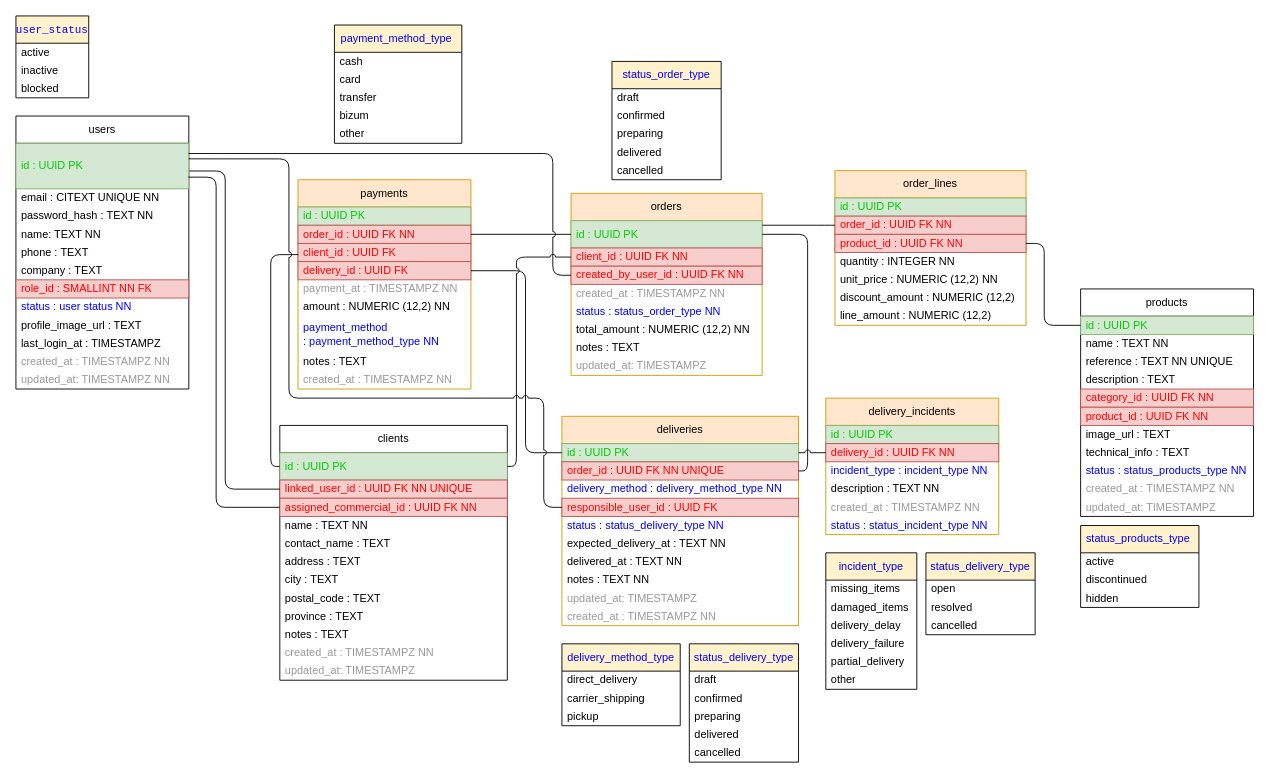
Above: docs/docs/figures/UML/MCD/M4_BD.drawio in MadaoSurmanito/app-tfg (draw.io), before the change. Source tidied: cells renumbered, new cells numbered last; positions are measured from the earlier drawing's top-left corner, leaving out a move shared by most shapes. Both pictures are drawn from the tidied source at 91%, with x=0, y=0 at pixel (15, -12).
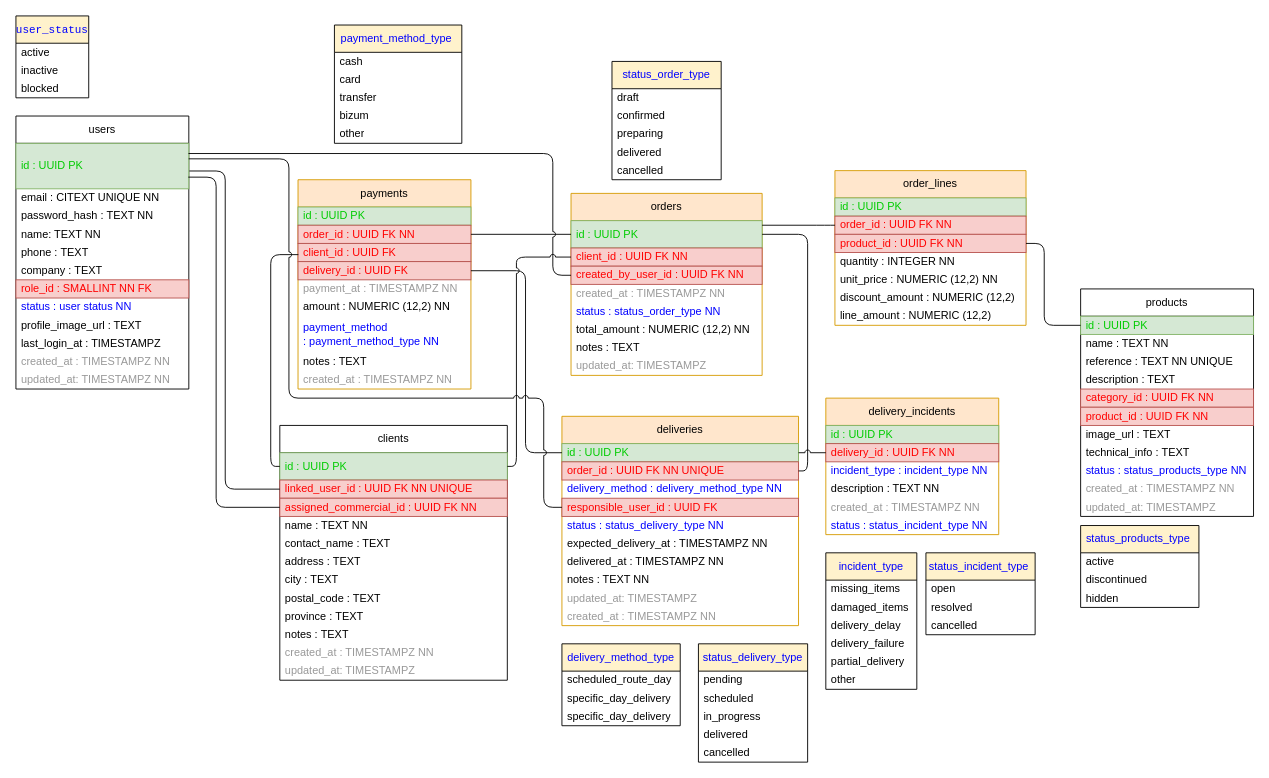
The same page after the edit.

Unchanged cells that the change refers to:
```xml
<mxCell id="64" value="deliveries" style="swimlane;fontStyle=0;horizontal=1;startSize=30;whiteSpace=wrap;html=1;fillColor=#ffe6cc;strokeColor=#d79b00;" parent="1" vertex="1">
  <mxGeometry x="600" y="470" width="260" height="230" as="geometry" />
</mxCell>
```

What changed in the source:
```diff
@@
-    <mxCell id="70" value="expected_delivery_at : TEXT NN" style="text;strokeColor=none;fillColor=none;align=left;verticalAlign=middle;spacingLeft=4;spacingRight=4;overflow=hidden;whiteSpace=wrap;html=1;" parent="64" vertex="1">
+    <mxCell id="70" value="expected_delivery_at : TIMESTAMPZ NN" style="text;strokeColor=none;fillColor=none;align=left;verticalAlign=middle;spacingLeft=4;spacingRight=4;overflow=hidden;whiteSpace=wrap;html=1;" parent="64" vertex="1">
       <mxGeometry y="130" width="260" height="20" as="geometry" />
     </mxCell>
-    <mxCell id="71" value="delivered_at : TEXT NN" style="text;strokeColor=none;fillColor=none;align=left;verticalAlign=middle;spacingLeft=4;spacingRight=4;overflow=hidden;whiteSpace=wrap;html=1;" parent="64" vertex="1">
+    <mxCell id="71" value="delivered_at : TIMESTAMPZ NN" style="text;strokeColor=none;fillColor=none;align=left;verticalAlign=middle;spacingLeft=4;spacingRight=4;overflow=hidden;whiteSpace=wrap;html=1;" parent="64" vertex="1">
       <mxGeometry y="150" width="260" height="20" as="geometry" />
     </mxCell>
@@
-    <mxCell id="108" value="&lt;span style=&quot;color: rgb(0, 0, 255); text-align: left;&quot;&gt;delivery_method_type&lt;/span&gt;" style="swimlane;fontStyle=0;horizontal=1;startSize=30;whiteSpace=wrap;html=1;fillColor=#fff2cc;" parent="1" vertex="1">
-      <mxGeometry x="600" y="720" width="130" height="90" as="geometry" />
-    </mxCell>
-    <mxCell id="109" value="direct_delivery" style="text;strokeColor=none;fillColor=none;align=left;verticalAlign=middle;spacingLeft=4;overflow=hidden;whiteSpace=wrap;html=1;" parent="108" vertex="1">
-      <mxGeometry y="30" width="130" height="20" as="geometry" />
-    </mxCell>
-    <mxCell id="110" value="carrier_shipping" style="text;strokeColor=none;fillColor=none;align=left;verticalAlign=middle;spacingLeft=4;overflow=hidden;whiteSpace=wrap;html=1;" parent="108" vertex="1">
-      <mxGeometry y="50" width="130" height="20" as="geometry" />
-    </mxCell>
-    <mxCell id="111" value="pickup" style="text;strokeColor=none;fillColor=none;align=left;verticalAlign=middle;spacingLeft=4;overflow=hidden;whiteSpace=wrap;html=1;" parent="108" vertex="1">
-      <mxGeometry y="70" width="130" height="20" as="geometry" />
-    </mxCell>
-    <mxCell id="112" value="&lt;span style=&quot;text-align: left;&quot;&gt;&lt;font style=&quot;color: rgb(0, 0, 255);&quot;&gt;status_delivery_type&lt;/font&gt;&lt;/span&gt;" style="swimlane;fontStyle=0;horizontal=1;startSize=30;whiteSpace=wrap;html=1;fillColor=#fff2cc;" parent="1" vertex="1">
-      <mxGeometry x="740" y="720" width="120" height="130" as="geometry" />
-    </mxCell>
-    <mxCell id="113" value="draft" style="text;strokeColor=none;fillColor=none;align=left;verticalAlign=middle;spacingLeft=4;overflow=hidden;whiteSpace=wrap;html=1;" parent="112" vertex="1">
-      <mxGeometry y="30" width="120" height="20" as="geometry" />
-    </mxCell>
-    <mxCell id="114" value="&lt;span style=&quot;color: rgb(0, 0, 0);&quot;&gt;confirmed&lt;/span&gt;" style="text;strokeColor=none;fillColor=none;align=left;verticalAlign=middle;spacingLeft=4;overflow=hidden;whiteSpace=wrap;html=1;" parent="112" vertex="1">
-      <mxGeometry y="50" width="120" height="20" as="geometry" />
-    </mxCell>
-    <mxCell id="115" value="&lt;span style=&quot;color: rgb(0, 0, 0);&quot;&gt;preparing&lt;/span&gt;" style="text;strokeColor=none;fillColor=none;align=left;verticalAlign=middle;spacingLeft=4;overflow=hidden;whiteSpace=wrap;html=1;" parent="112" vertex="1">
-      <mxGeometry y="70" width="120" height="20" as="geometry" />
-    </mxCell>
-    <mxCell id="116" value="delivered" style="text;strokeColor=none;fillColor=none;align=left;verticalAlign=middle;spacingLeft=4;overflow=hidden;whiteSpace=wrap;html=1;" parent="112" vertex="1">
-      <mxGeometry y="90" width="120" height="20" as="geometry" />
-    </mxCell>
-    <mxCell id="117" value="cancelled" style="text;strokeColor=none;fillColor=none;align=left;verticalAlign=middle;spacingLeft=4;overflow=hidden;whiteSpace=wrap;html=1;" parent="112" vertex="1">
-      <mxGeometry y="110" width="120" height="20" as="geometry" />
-    </mxCell>
@@
-    <mxCell id="125" value="&lt;span style=&quot;text-align: left;&quot;&gt;&lt;font style=&quot;color: rgb(0, 0, 255);&quot;&gt;status_delivery_type&lt;/font&gt;&lt;/span&gt;" style="swimlane;fontStyle=0;horizontal=1;startSize=30;whiteSpace=wrap;html=1;fillColor=#fff2cc;" parent="1" vertex="1">
+    <mxCell id="125" value="&lt;span style=&quot;color: rgb(0, 0, 255); text-align: left;&quot;&gt;status_incident_type&amp;nbsp;&lt;/span&gt;" style="swimlane;fontStyle=0;horizontal=1;startSize=30;whiteSpace=wrap;html=1;fillColor=#fff2cc;" parent="1" vertex="1">
       <mxGeometry x="1000" y="620" width="120" height="90" as="geometry" />
     </mxCell>
@@
+    <mxCell id="112" value="&lt;span style=&quot;text-align: left;&quot;&gt;&lt;font style=&quot;color: rgb(0, 0, 255);&quot;&gt;status_delivery_type&lt;/font&gt;&lt;/span&gt;" style="swimlane;fontStyle=0;horizontal=1;startSize=30;whiteSpace=wrap;html=1;fillColor=#fff2cc;" parent="1" vertex="1">
+      <mxGeometry x="750" y="720" width="120" height="130" as="geometry" />
+    </mxCell>
+    <mxCell id="139" value="pending" style="text;strokeColor=none;fillColor=none;align=left;verticalAlign=middle;spacingLeft=4;overflow=hidden;whiteSpace=wrap;html=1;" parent="112" vertex="1">
+      <mxGeometry y="30" width="120" height="20" as="geometry" />
+    </mxCell>
+    <mxCell id="140" value="scheduled" style="text;strokeColor=none;fillColor=none;align=left;verticalAlign=middle;spacingLeft=4;overflow=hidden;whiteSpace=wrap;html=1;" parent="112" vertex="1">
+      <mxGeometry y="50" width="120" height="20" as="geometry" />
+    </mxCell>
+    <mxCell id="141" value="in_progress" style="text;strokeColor=none;fillColor=none;align=left;verticalAlign=middle;spacingLeft=4;overflow=hidden;whiteSpace=wrap;html=1;" parent="112" vertex="1">
+      <mxGeometry y="70" width="120" height="20" as="geometry" />
+    </mxCell>
+    <mxCell id="116" value="delivered" style="text;strokeColor=none;fillColor=none;align=left;verticalAlign=middle;spacingLeft=4;overflow=hidden;whiteSpace=wrap;html=1;" parent="112" vertex="1">
+      <mxGeometry y="90" width="120" height="20" as="geometry" />
+    </mxCell>
+    <mxCell id="117" value="cancelled" style="text;strokeColor=none;fillColor=none;align=left;verticalAlign=middle;spacingLeft=4;overflow=hidden;whiteSpace=wrap;html=1;" parent="112" vertex="1">
+      <mxGeometry y="110" width="120" height="20" as="geometry" />
+    </mxCell>
+    <mxCell id="108" value="&lt;span style=&quot;color: rgb(0, 0, 255); text-align: left;&quot;&gt;delivery_method_type&lt;/span&gt;" style="swimlane;fontStyle=0;horizontal=1;startSize=30;whiteSpace=wrap;html=1;fillColor=#fff2cc;" parent="1" vertex="1">
+      <mxGeometry x="600" y="720" width="130" height="90" as="geometry" />
+    </mxCell>
+    <mxCell id="142" value="scheduled_route_day" style="text;strokeColor=none;fillColor=none;align=left;verticalAlign=middle;spacingLeft=4;overflow=hidden;whiteSpace=wrap;html=1;" parent="108" vertex="1">
+      <mxGeometry y="30" width="130" height="20" as="geometry" />
+    </mxCell>
+    <mxCell id="143" value="specific_day_delivery" style="text;strokeColor=none;fillColor=none;align=left;verticalAlign=middle;spacingLeft=4;overflow=hidden;whiteSpace=wrap;html=1;" parent="108" vertex="1">
+      <mxGeometry y="50" width="130" height="20" as="geometry" />
+    </mxCell>
+    <mxCell id="144" value="specific_day_delivery" style="text;strokeColor=none;fillColor=none;align=left;verticalAlign=middle;spacingLeft=4;overflow=hidden;whiteSpace=wrap;html=1;" parent="108" vertex="1">
+      <mxGeometry y="70" width="130" height="20" as="geometry" />
+    </mxCell>
```
